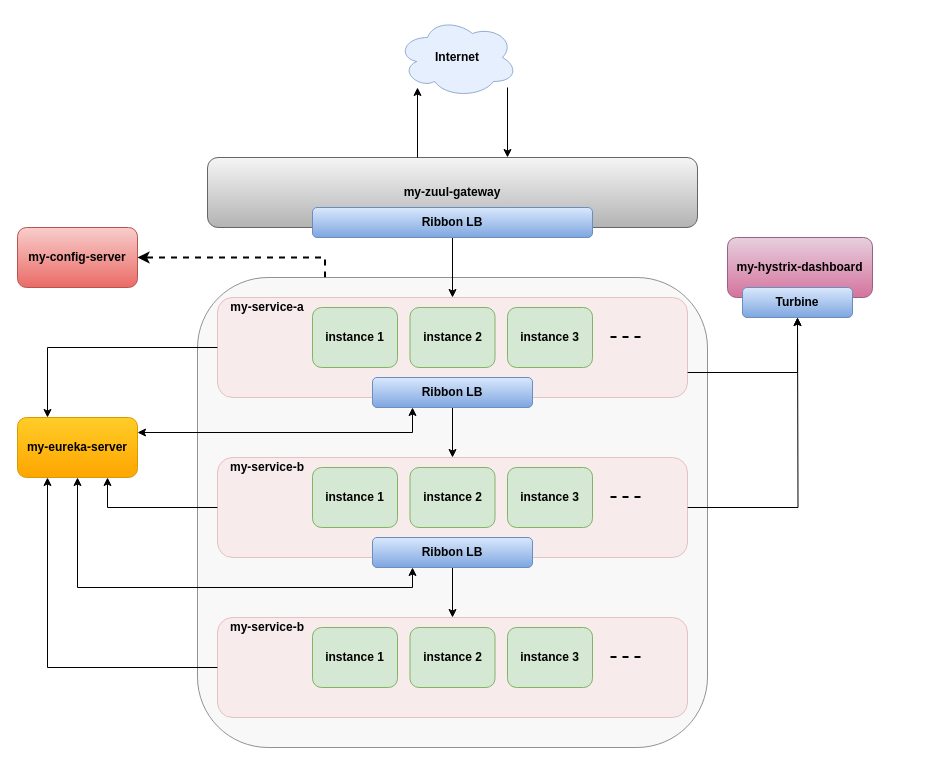
Hitman007IN/build-microservice-with-spring-cloud-netflixoss keeps this draw.io diagram as screenshot/microservice_architecture.drawio. Above is the earlier version. Source tidied: cells renumbered, new cells numbered last; positions are measured from the earlier drawing's top-left corner, leaving out a move shared by most shapes. Both pictures are drawn from the tidied source at 100%, with x=0, y=0 at pixel (17, 17).
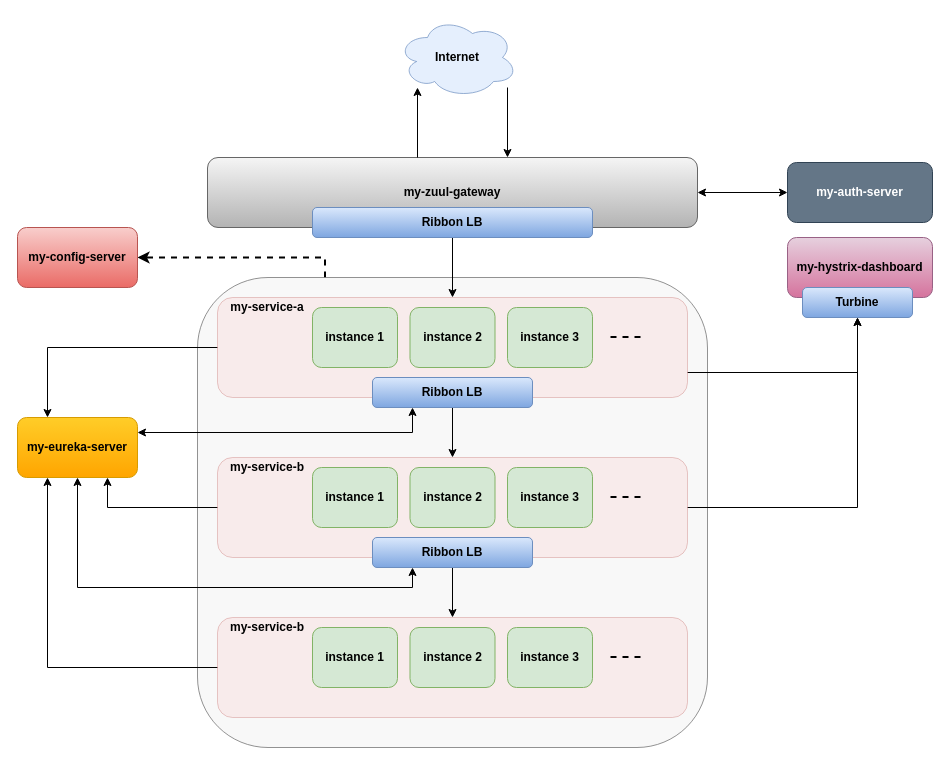
The same page after the edit.

Unchanged cells that the change refers to:
```xml
<mxCell id="9" value="&lt;b&gt;my-zuul-gateway&lt;/b&gt;" style="rounded=1;whiteSpace=wrap;html=1;fillColor=#f5f5f5;strokeColor=#666666;gradientColor=#b3b3b3;" parent="1" vertex="1">
  <mxGeometry x="190" y="140" width="490" height="70" as="geometry" />
</mxCell>
<mxCell id="22" style="rounded=1;whiteSpace=wrap;html=1;fillColor=#f8cecc;strokeColor=#b85450;opacity=30;" parent="1" vertex="1">
  <mxGeometry x="200" y="440" width="470" height="100" as="geometry" />
</mxCell>
```

Diff of the diagram source:
```diff
@@
+    <mxCell id="43" style="edgeStyle=orthogonalEdgeStyle;rounded=0;jettySize=auto;html=1;exitX=1;exitY=0.5;exitDx=0;exitDy=0;entryX=0;entryY=0.5;entryDx=0;entryDy=0;startArrow=classic;startFill=1;" parent="1" edge="1" source="9" target="45">
+      <mxGeometry relative="1" as="geometry" />
+    </mxCell>
@@
     <mxCell id="13" value="&lt;b&gt;my-hystrix-dashboard&lt;/b&gt;" style="rounded=1;whiteSpace=wrap;html=1;fillColor=#e6d0de;strokeColor=#996185;gradientColor=#d5739d;rotation=0;" parent="1" vertex="1">
-      <mxGeometry x="710" y="220" width="145" height="60" as="geometry" />
+      <mxGeometry x="770" y="220" width="145" height="60" as="geometry" />
     </mxCell>
@@
-    <mxCell id="21" style="edgeStyle=orthogonalEdgeStyle;rounded=0;jettySize=auto;html=1;exitX=1;exitY=0.5;exitDx=0;exitDy=0;startArrow=none;startFill=0;strokeWidth=1;" parent="1" edge="1" source="22">
-      <mxGeometry relative="1" as="geometry">
-        <mxPoint x="780" y="300" as="targetPoint" />
-      </mxGeometry>
-    </mxCell>
+    <mxCell id="44" style="edgeStyle=orthogonalEdgeStyle;rounded=0;jettySize=auto;html=1;exitX=1;exitY=0.5;exitDx=0;exitDy=0;entryX=0.5;entryY=1;entryDx=0;entryDy=0;" parent="1" edge="1" source="22" target="42">
+      <mxGeometry relative="1" as="geometry" />
+    </mxCell>
@@
     <mxCell id="42" value="&lt;b&gt;Turbine&lt;/b&gt;" style="rounded=1;whiteSpace=wrap;html=1;fillColor=#dae8fc;strokeColor=#6c8ebf;gradientColor=#7ea6e0;rotation=0;" parent="1" vertex="1">
-      <mxGeometry x="725" y="270" width="110" height="30" as="geometry" />
+      <mxGeometry x="785" y="270" width="110" height="30" as="geometry" />
     </mxCell>
+    <mxCell id="45" value="&lt;b&gt;my-auth-server&lt;/b&gt;" style="rounded=1;whiteSpace=wrap;html=1;fillColor=#647687;strokeColor=#314354;rotation=0;fontColor=#ffffff;" parent="1" vertex="1">
+      <mxGeometry x="770" y="145" width="145" height="60" as="geometry" />
+    </mxCell>
```
